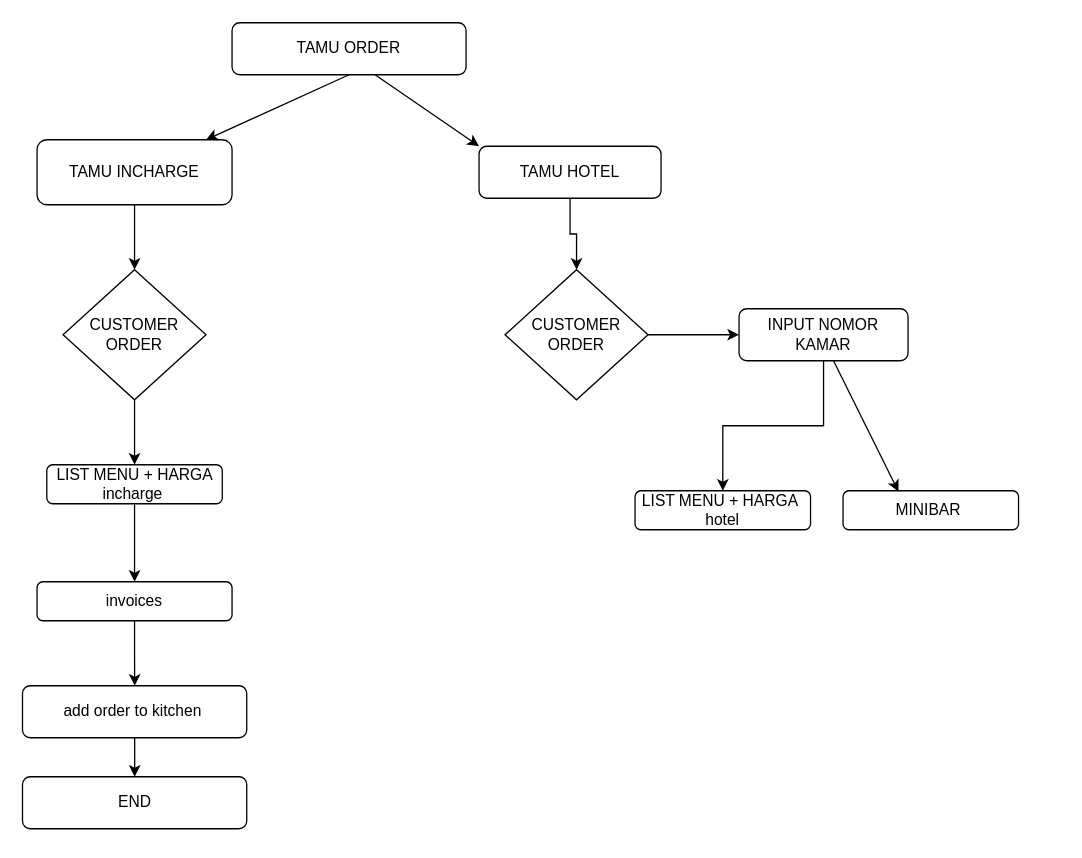
azzaky9/middlewares-flowcharts keeps this draw.io diagram as subjects/Untitled Diagram.drawio. Above is the earlier version. Source tidied: cells renumbered, new cells numbered last; positions are measured from the earlier drawing's top-left corner, leaving out a move shared by most shapes. Both pictures are drawn from the tidied source at 130%, with x=0, y=0 at pixel (22, 22).
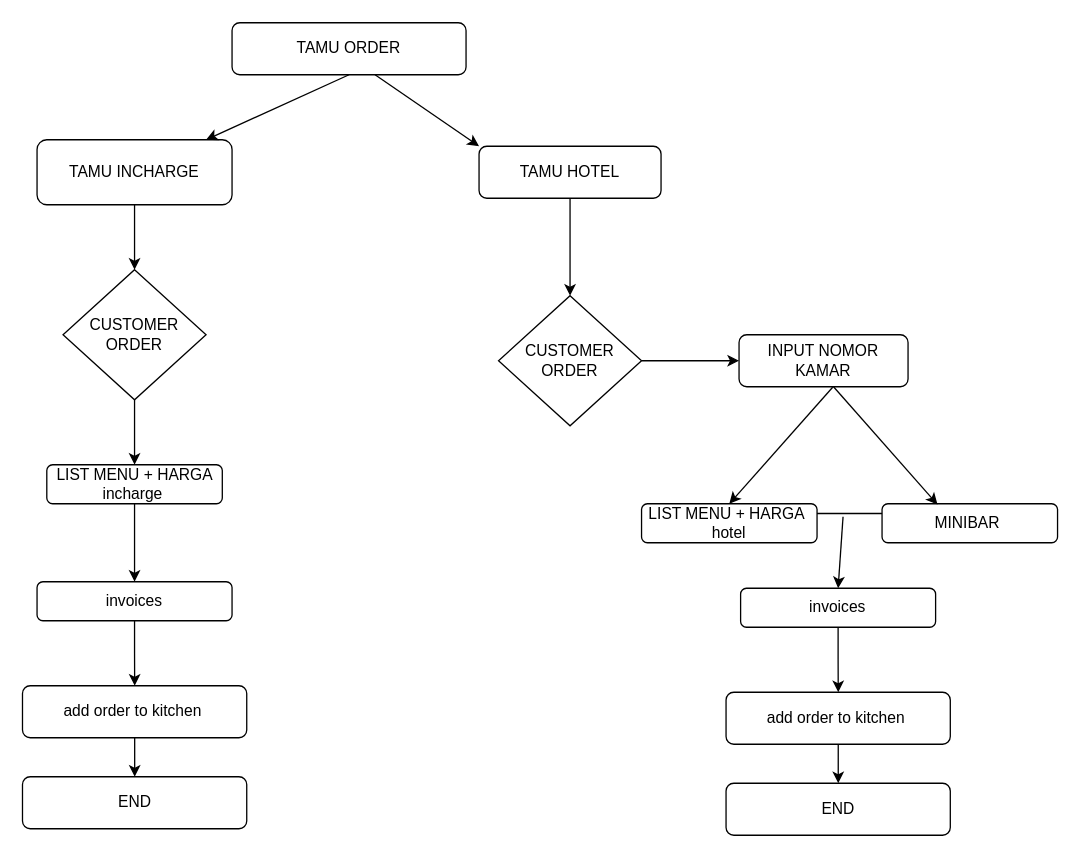
The same diagram, later.

Commit message:
kitchens-flow

Diff of the diagram source:
```diff
@@
     <mxCell id="19" value="CUSTOMER ORDER" style="rhombus;whiteSpace=wrap;html=1;" parent="1" vertex="1">
-      <mxGeometry x="371" y="190" width="110" height="100" as="geometry" />
+      <mxGeometry x="366" y="210" width="110" height="100" as="geometry" />
     </mxCell>
-    <mxCell id="20" style="edgeStyle=orthogonalEdgeStyle;rounded=0;jettySize=auto;html=1;" parent="1" edge="1" source="21" target="22">
-      <mxGeometry relative="1" as="geometry" />
-    </mxCell>
     <mxCell id="21" value="INPUT NOMOR KAMAR" style="rounded=1;whiteSpace=wrap;html=1;" parent="1" vertex="1">
-      <mxGeometry x="551" y="220" width="130" height="40" as="geometry" />
+      <mxGeometry x="551" y="240" width="130" height="40" as="geometry" />
     </mxCell>
     <mxCell id="22" value="LIST MENU + HARGA&amp;nbsp; hotel" style="rounded=1;whiteSpace=wrap;html=1;" parent="1" vertex="1">
-      <mxGeometry x="471" y="360" width="135" height="30" as="geometry" />
+      <mxGeometry x="476" y="370" width="135" height="30" as="geometry" />
     </mxCell>
     <mxCell id="23" value="MINIBAR&amp;nbsp;" style="rounded=1;whiteSpace=wrap;html=1;" parent="1" vertex="1">
-      <mxGeometry x="631" y="360" width="135" height="30" as="geometry" />
+      <mxGeometry x="661" y="370" width="135" height="30" as="geometry" />
     </mxCell>
@@
+    <mxCell id="20" style="endArrow=classic;html=1;rounded=0;exitX=0.554;exitY=1.01;exitDx=0;exitDy=0;exitPerimeter=0;entryX=0.5;entryY=0;entryDx=0;entryDy=0;" parent="1" edge="1" source="21" target="22">
+      <mxGeometry relative="1" as="geometry" />
+    </mxCell>
+    <mxCell id="25" style="edgeStyle=orthogonalEdgeStyle;rounded=0;jettySize=auto;html=1;" parent="1" edge="1" source="26" target="28">
+      <mxGeometry relative="1" as="geometry" />
+    </mxCell>
+    <mxCell id="26" value="invoices" style="rounded=1;whiteSpace=wrap;html=1;" parent="1" vertex="1">
+      <mxGeometry x="552.2" y="435" width="150" height="30" as="geometry" />
+    </mxCell>
+    <mxCell id="27" style="edgeStyle=orthogonalEdgeStyle;rounded=0;jettySize=auto;html=1;" parent="1" edge="1" source="28" target="29">
+      <mxGeometry relative="1" as="geometry" />
+    </mxCell>
+    <mxCell id="28" value="add order to kitchen&amp;nbsp;" style="rounded=1;whiteSpace=wrap;html=1;" parent="1" vertex="1">
+      <mxGeometry x="541" y="515" width="172.5" height="40" as="geometry" />
+    </mxCell>
+    <mxCell id="29" value="END" style="rounded=1;whiteSpace=wrap;html=1;" parent="1" vertex="1">
+      <mxGeometry x="541" y="585" width="172.5" height="40" as="geometry" />
+    </mxCell>
+    <mxCell id="30" style="endArrow=none;html=1;rounded=0;exitX=1;exitY=0.25;exitDx=0;exitDy=0;entryX=0;entryY=0.25;entryDx=0;entryDy=0;" parent="1" edge="1" source="22" target="23">
+      <mxGeometry relative="1" as="geometry" />
+    </mxCell>
+    <mxCell id="31" style="endArrow=classic;html=1;rounded=0;entryX=0.5;entryY=0;entryDx=0;entryDy=0;" parent="1" edge="1" target="26">
+      <mxGeometry relative="1" as="geometry">
+        <mxPoint x="631" y="380" as="sourcePoint" />
+      </mxGeometry>
+    </mxCell>
```
